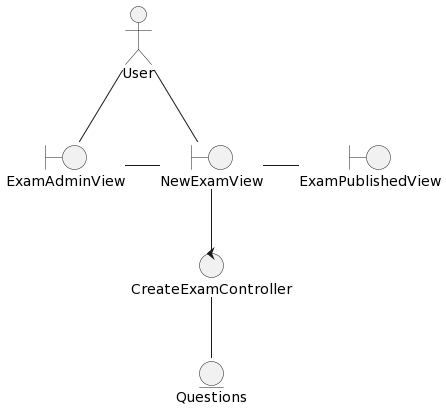
TheSProyect/Proyecto-IS-Grupo-1 keeps this PlantUML diagram as out/docs/logicalView/analysisView/UC-CreateExam-analysisClassDiagram/UC-CreateExam-analysisClassDiagram.png. Above is the earlier version. Its diagram source:
```plantuml
@startuml
skinparam style strictuml


actor User

boundary ExamAdminView
boundary NewExamView
boundary ExamPublishedView

entity Questions

control CreateExamController

User -- ExamAdminView
User -- NewExamView
ExamAdminView -r- NewExamView
NewExamView -r- ExamPublishedView

NewExamView -- CreateExamController


CreateExamController -- Questions
@enduml
```
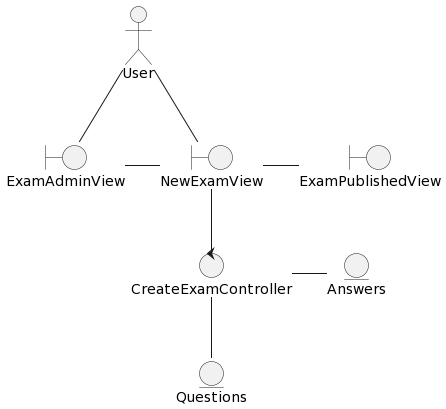
The same file after the commit.

Diff of the diagram source:
```diff
@@ -9,6 +9,7 @@
 boundary ExamPublishedView
 
 entity Questions
+entity Answers
 
 control CreateExamController
 
@@ -21,4 +22,5 @@
 
 
 CreateExamController -- Questions
+CreateExamController -r- Answers
 @enduml
```
